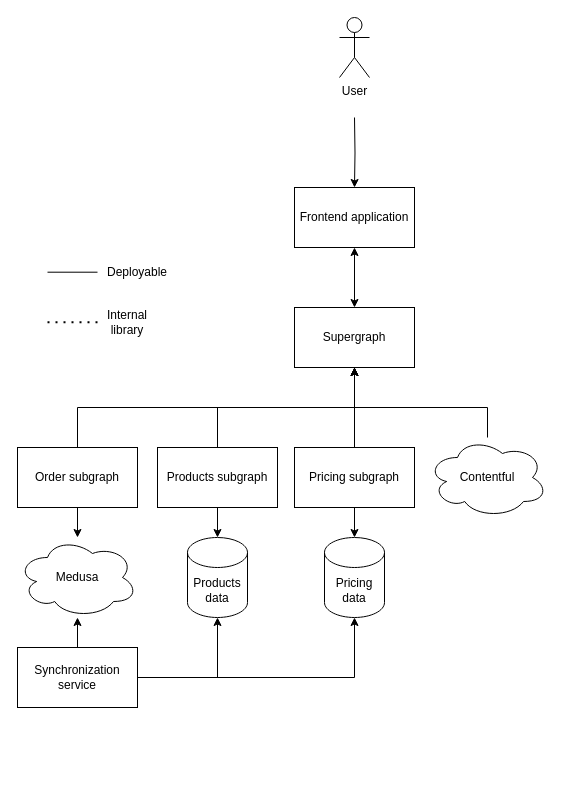
Physer/Microshop keeps this draw.io diagram as docs/application-architecture.drawio. Above is the earlier version. Source tidied: cells renumbered, new cells numbered last; positions are measured from the earlier drawing's top-left corner, leaving out a move shared by most shapes. Both pictures are drawn from the tidied source at 100%, with x=0, y=0 at pixel (17, 17).
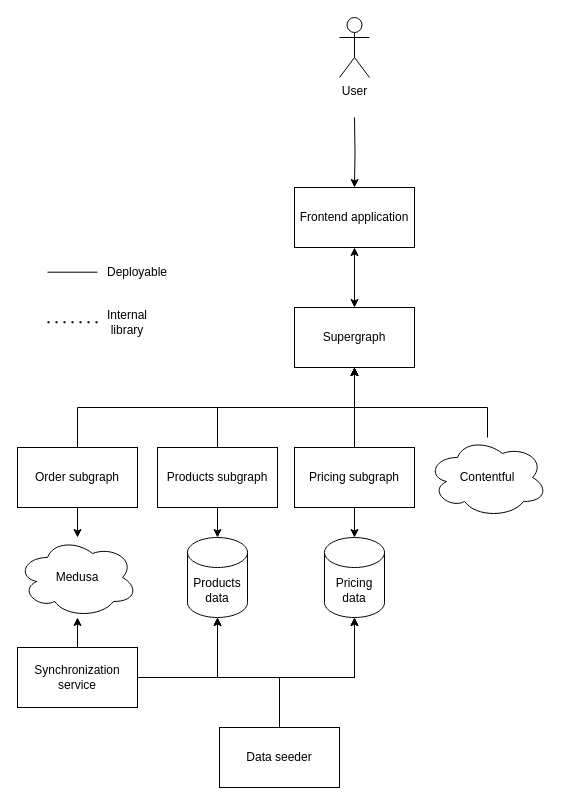
The same diagram, later.

Commit message (it also covers changes not shown here):
docs(repo): added data seeder to arch diagram

Unchanged cells that the change refers to:
```xml
<mxCell id="27" value="Products data" style="shape=cylinder3;whiteSpace=wrap;html=1;boundedLbl=1;backgroundOutline=1;size=15;" parent="1" vertex="1">
  <mxGeometry x="170" y="520" width="60" height="80" as="geometry" />
</mxCell>
<mxCell id="28" value="Pricing data" style="shape=cylinder3;whiteSpace=wrap;html=1;boundedLbl=1;backgroundOutline=1;size=15;" parent="1" vertex="1">
  <mxGeometry x="307" y="520" width="60" height="80" as="geometry" />
</mxCell>
```

What changed in the source:
```diff
@@
+    <mxCell id="29" style="edgeStyle=orthogonalEdgeStyle;rounded=0;jettySize=auto;html=1;entryX=0.5;entryY=1;entryDx=0;entryDy=0;entryPerimeter=0;" parent="1" edge="1" source="31" target="27">
+      <mxGeometry relative="1" as="geometry">
+        <Array as="points">
+          <mxPoint x="262" y="660" />
+          <mxPoint x="200" y="660" />
+        </Array>
+      </mxGeometry>
+    </mxCell>
+    <mxCell id="30" style="edgeStyle=orthogonalEdgeStyle;rounded=0;jettySize=auto;html=1;entryX=0.5;entryY=1;entryDx=0;entryDy=0;entryPerimeter=0;" parent="1" edge="1" source="31" target="28">
+      <mxGeometry relative="1" as="geometry">
+        <Array as="points">
+          <mxPoint x="262" y="660" />
+          <mxPoint x="337" y="660" />
+        </Array>
+      </mxGeometry>
+    </mxCell>
+    <mxCell id="31" value="Data seeder" style="rounded=0;whiteSpace=wrap;html=1;" parent="1" vertex="1">
+      <mxGeometry x="202" y="710" width="120" height="60" as="geometry" />
+    </mxCell>
```
